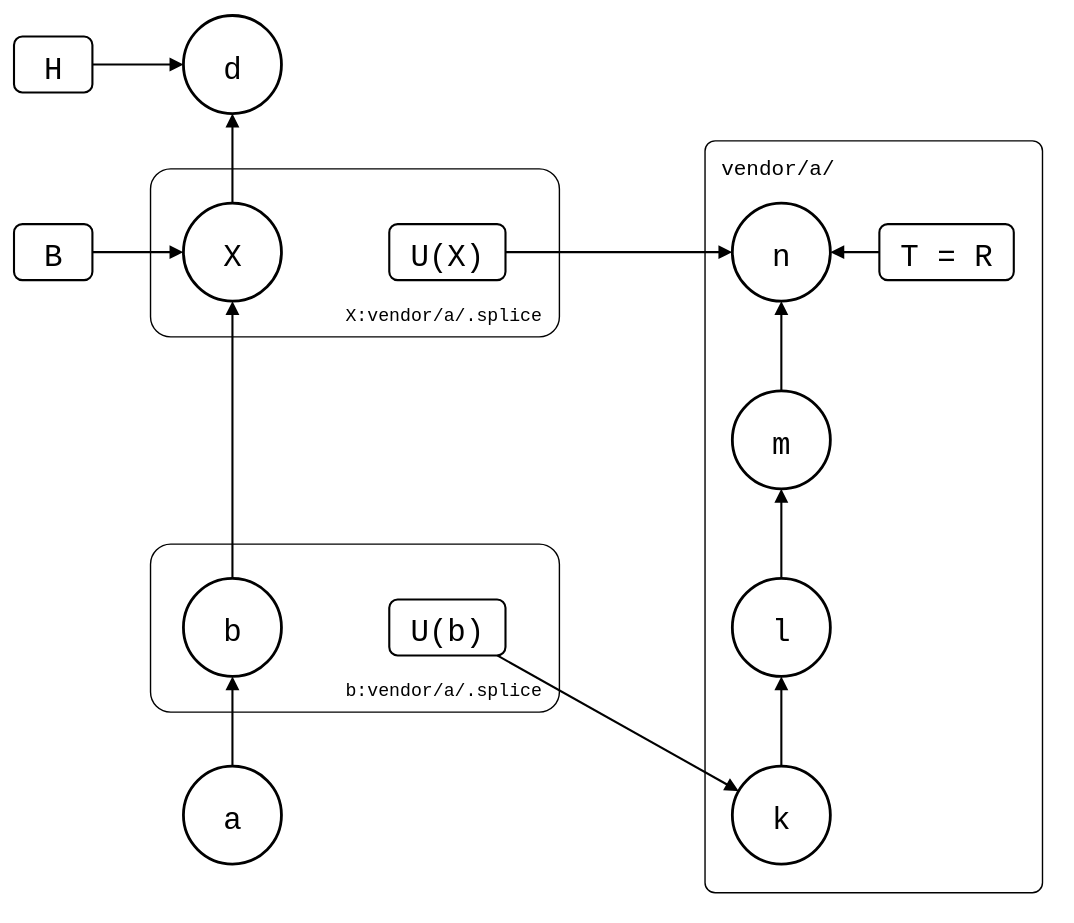
The draw.io diagram test/scenarios/bisect-into-a-pull/bisect-into-a-pull.drawio.svg in roschaefer/git-splice, before a commit. Source tidied: cells renumbered, new cells last; positions are measured from the earlier drawing's top-left corner, leaving out a move shared by most shapes.
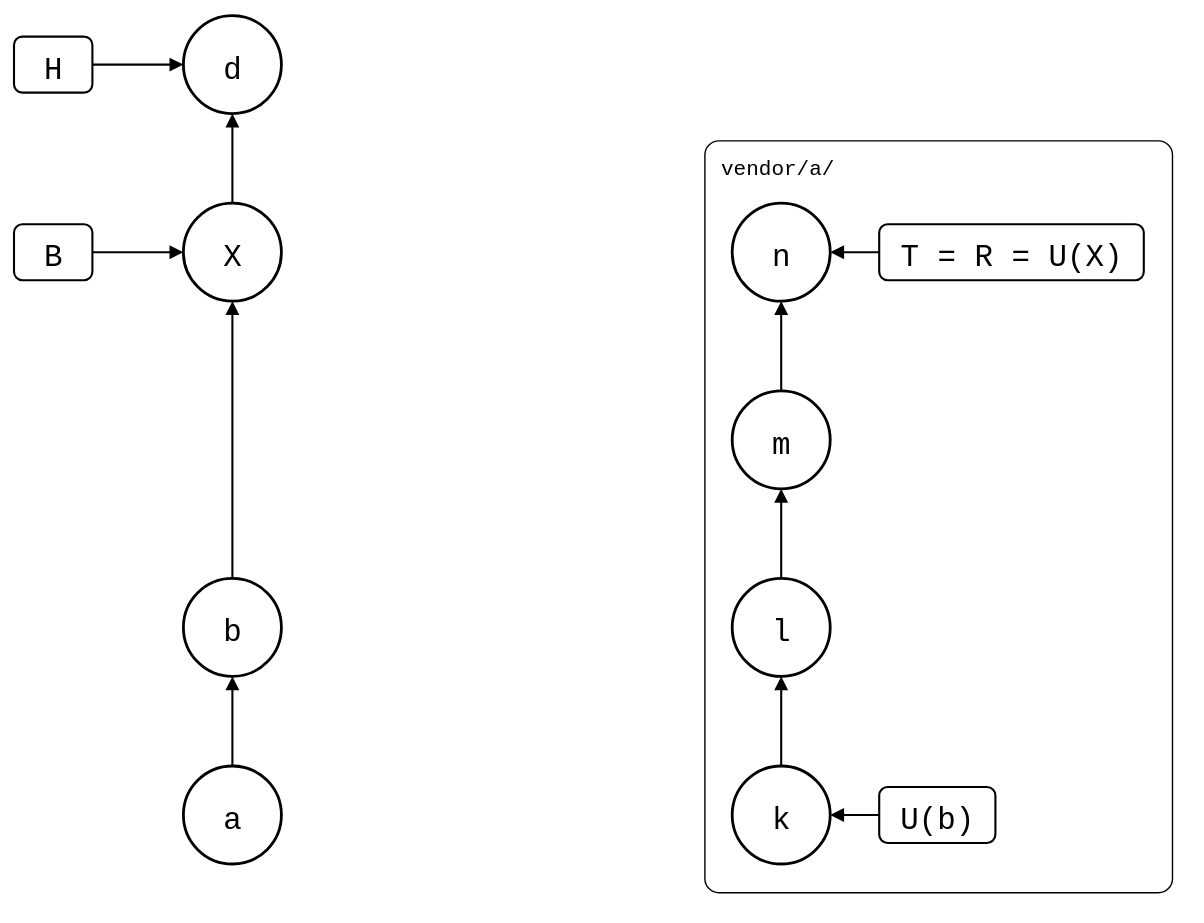
After the commit.

Change to the diagram source:
```diff
@@ -3,14 +3,8 @@
     <mxCell id="0" />
     <mxCell id="1" parent="0" />
     <mxCell id="2" value="vendor/a/" style="rounded=1;arcSize=3;fillColor=none;strokeWidth=1;fontSize=15;verticalAlign=top;align=left;spacingLeft=10;spacingTop=4;fontFamily=Roboto Mono,monospace;" parent="1" vertex="1">
-      <mxGeometry x="493" y="89" width="241" height="537" as="geometry" />
+      <mxGeometry x="493" y="89" width="334" height="537" as="geometry" />
     </mxCell>
-    <mxCell id="3" value="b:vendor/a/.splice" style="rounded=1;arcSize=12;fillColor=none;strokeWidth=1;fontSize=13;verticalAlign=bottom;spacingBottom=6;spacingLeft=10;spacingRight=10;fontFamily=Roboto Mono,monospace;align=right;" parent="1" vertex="1">
-      <mxGeometry x="97" y="377" width="292" height="120" as="geometry" />
-    </mxCell>
-    <mxCell id="4" value="X:vendor/a/.splice" style="rounded=1;arcSize=12;fillColor=none;strokeWidth=1;fontSize=13;verticalAlign=bottom;spacingBottom=6;spacingLeft=10;spacingRight=10;fontFamily=Roboto Mono,monospace;align=right;" parent="1" vertex="1">
-      <mxGeometry x="97" y="109" width="292" height="120" as="geometry" />
-    </mxCell>
     <mxCell id="5" value="a" style="ellipse;strokeWidth=2;fontSize=22;fontFamily=Roboto Mono,monospace;" parent="1" vertex="1">
       <mxGeometry x="121" y="536" width="70" height="70" as="geometry" />
     </mxCell>
@@ -47,24 +41,18 @@
     <mxCell id="16" style="endArrow=block;endFill=1;html=1;strokeWidth=1.5;rounded=0;" parent="1" edge="1" source="15" target="7">
       <mxGeometry relative="1" as="geometry" />
     </mxCell>
-    <mxCell id="17" value="T = R" style="rounded=1;strokeWidth=1.5;fontSize=22;fontFamily=Roboto Mono,monospace;" parent="1" vertex="1">
-      <mxGeometry x="618" y="149" width="96" height="40" as="geometry" />
+    <mxCell id="17" value="T = R = U(X)" style="rounded=1;strokeWidth=1.5;fontSize=22;fontFamily=Roboto Mono,monospace;" parent="1" vertex="1">
+      <mxGeometry x="618" y="149" width="189" height="40" as="geometry" />
     </mxCell>
     <mxCell id="18" style="endArrow=block;endFill=1;html=1;strokeWidth=1.5;rounded=0;" parent="1" edge="1" source="17" target="12">
       <mxGeometry relative="1" as="geometry" />
     </mxCell>
     <mxCell id="19" value="U(b)" style="rounded=1;strokeWidth=1.5;fontSize=22;fontFamily=Roboto Mono,monospace;" parent="1" vertex="1">
-      <mxGeometry x="268" y="417" width="83" height="40" as="geometry" />
+      <mxGeometry x="618" y="551" width="83" height="40" as="geometry" />
     </mxCell>
     <mxCell id="20" style="endArrow=block;endFill=1;html=1;strokeWidth=1.5;rounded=0;" parent="1" edge="1" source="19" target="9">
       <mxGeometry relative="1" as="geometry" />
     </mxCell>
-    <mxCell id="21" value="U(X)" style="rounded=1;strokeWidth=1.5;fontSize=22;fontFamily=Roboto Mono,monospace;" parent="1" vertex="1">
-      <mxGeometry x="268" y="149" width="83" height="40" as="geometry" />
-    </mxCell>
-    <mxCell id="22" style="endArrow=block;endFill=1;html=1;strokeWidth=1.5;rounded=0;" parent="1" edge="1" source="21" target="12">
-      <mxGeometry relative="1" as="geometry" />
-    </mxCell>
     <mxCell id="23" style="endArrow=block;endFill=1;html=1;strokeWidth=1.5;rounded=0;" parent="1" edge="1" source="5" target="6">
       <mxGeometry relative="1" as="geometry" />
     </mxCell>
```
